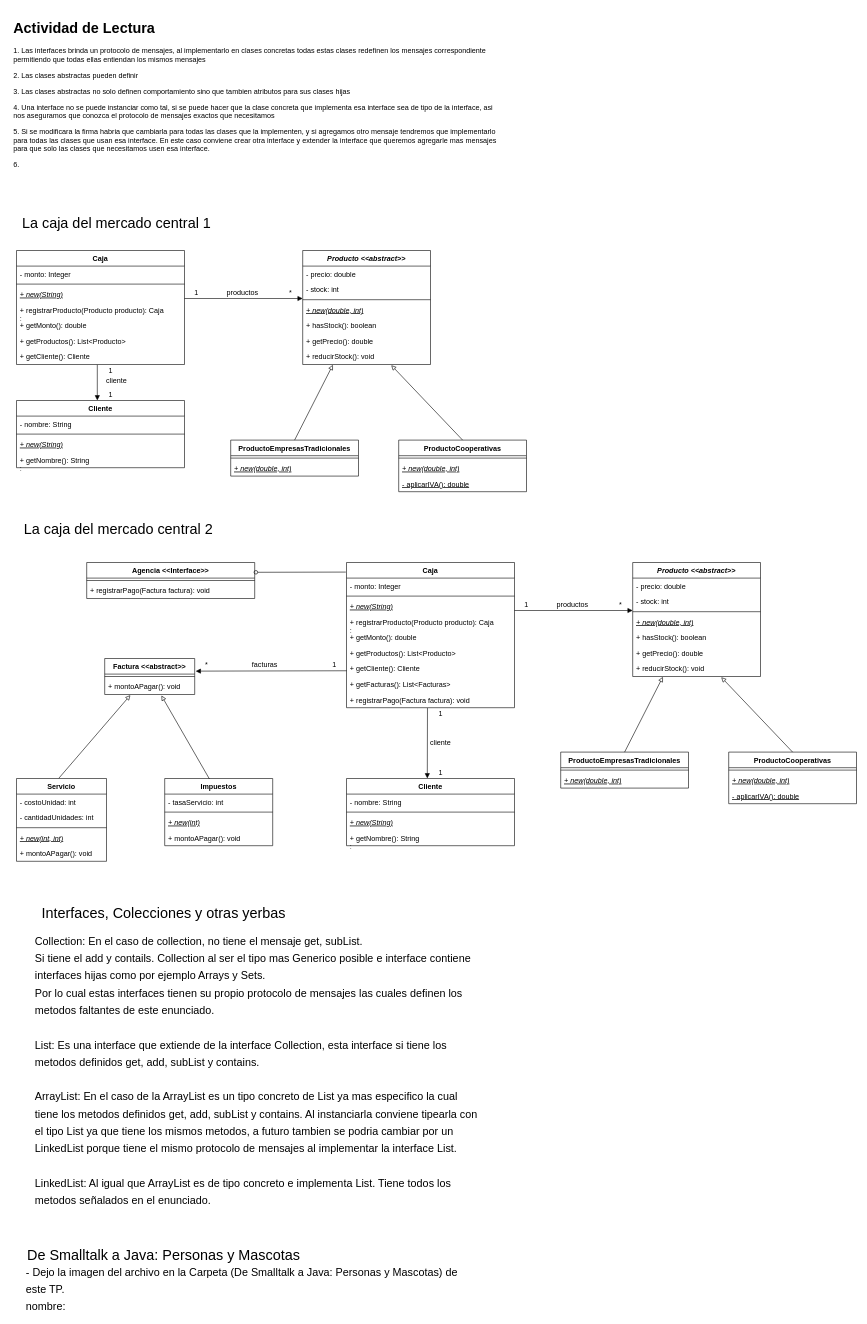
The draw.io diagram TP-Clases-Interfaces/tp-clases-interfaces-UML.drawio in dkippes/Programacion-Orientada-Objetos-2, before the edit. Source tidied: cells renumbered, new cells numbered last; positions are measured from the earlier drawing's top-left corner, leaving out a move shared by most shapes. Both pictures are drawn from the tidied source at 60%, with x=0, y=0 at pixel (10, 16).
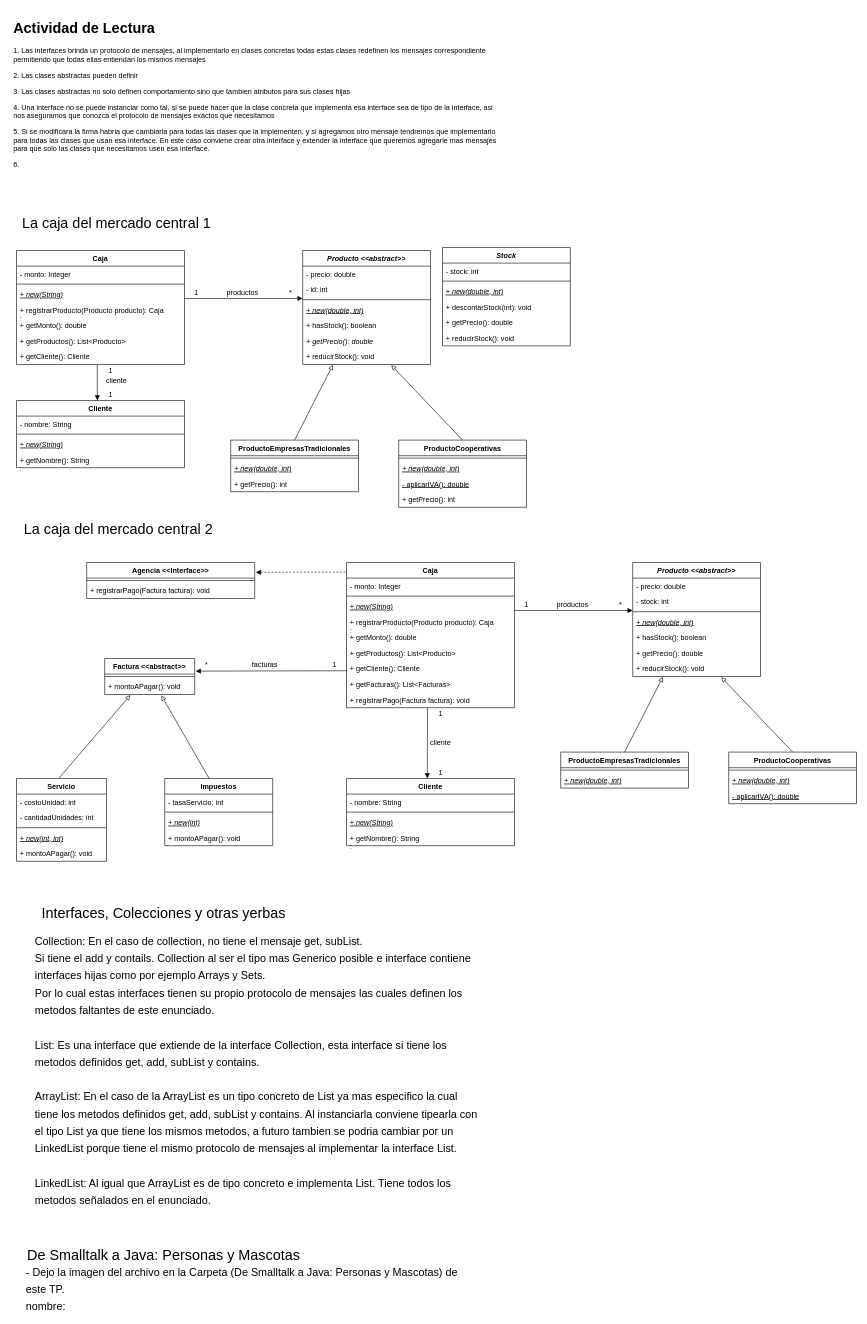
The same page after the edit.

Unchanged cells that the change refers to:
```xml
<mxCell id="4" value="Producto &lt;&lt;abstract&gt;&gt;" style="swimlane;fontStyle=3;align=center;verticalAlign=top;horizontal=1;startSize=26;strokeColor=default;" parent="1" vertex="1">
  <mxGeometry x="487" y="390" width="213" height="190" as="geometry" />
</mxCell>
<mxCell id="50" value="Caja" style="swimlane;fontStyle=1;align=center;verticalAlign=top;horizontal=1;startSize=26;strokeColor=default;" parent="1" vertex="1">
  <mxGeometry x="560" y="910" width="280" height="242" as="geometry" />
</mxCell>
<mxCell id="82" value="Agencia &lt;&lt;Interface&gt;&gt;" style="swimlane;fontStyle=1;align=center;verticalAlign=top;horizontal=1;startSize=26;strokeColor=default;" parent="1" vertex="1">
  <mxGeometry x="127" y="910" width="280" height="60" as="geometry" />
</mxCell>
```

What changed in the source:
```diff
@@
-    <mxCell id="6" value="- stock: int" style="text;strokeColor=none;fillColor=none;align=left;verticalAlign=top;spacingLeft=4;spacingRight=4;overflow=hidden;" parent="4" vertex="1">
-      <mxGeometry y="52" width="213" height="26" as="geometry" />
-    </mxCell>
+    <mxCell id="111" value="- id: int" style="text;strokeColor=none;fillColor=none;align=left;verticalAlign=top;spacingLeft=4;spacingRight=4;overflow=hidden;" parent="4" vertex="1">
+      <mxGeometry y="52" width="213" height="26" as="geometry" />
+    </mxCell>
@@
-    <mxCell id="10" value="+ getPrecio(): double" style="text;strokeColor=none;fillColor=none;align=left;verticalAlign=top;spacingLeft=4;spacingRight=4;overflow=hidden;" parent="4" vertex="1">
+    <mxCell id="10" value="+ getPrecio(): double" style="text;strokeColor=none;fillColor=none;align=left;verticalAlign=top;spacingLeft=4;spacingRight=4;overflow=hidden;fontStyle=2;" parent="4" vertex="1">
       <mxGeometry y="138" width="213" height="26" as="geometry" />
     </mxCell>
@@
     <mxCell id="20" value="ProductoEmpresasTradicionales" style="swimlane;fontStyle=1;align=center;verticalAlign=top;horizontal=1;startSize=26;strokeColor=default;" parent="1" vertex="1">
-      <mxGeometry x="367" y="706" width="213" height="60" as="geometry" />
+      <mxGeometry x="367" y="706" width="213" height="86" as="geometry" />
     </mxCell>
@@
+    <mxCell id="112" value="+ getPrecio(): int" style="text;strokeColor=none;fillColor=none;align=left;verticalAlign=top;spacingLeft=4;spacingRight=4;overflow=hidden;fontStyle=0;" parent="20" vertex="1">
+      <mxGeometry y="60" width="213" height="26" as="geometry" />
+    </mxCell>
     <mxCell id="23" value="ProductoCooperativas" style="swimlane;fontStyle=1;align=center;verticalAlign=top;horizontal=1;startSize=26;strokeColor=default;" parent="1" vertex="1">
-      <mxGeometry x="647" y="706" width="213" height="86" as="geometry" />
+      <mxGeometry x="647" y="706" width="213" height="112" as="geometry" />
     </mxCell>
@@
+    <mxCell id="113" value="+ getPrecio(): int" style="text;strokeColor=none;fillColor=none;align=left;verticalAlign=top;spacingLeft=4;spacingRight=4;overflow=hidden;fontStyle=0;" parent="23" vertex="1">
+      <mxGeometry y="86" width="213" height="26" as="geometry" />
+    </mxCell>
@@
-    <mxCell id="85" style="edgeStyle=none;jettySize=auto;html=1;exitX=1.007;exitY=0.272;exitDx=0;exitDy=0;endArrow=none;endFill=0;rounded=0;entryX=-0.004;entryY=0.066;entryDx=0;entryDy=0;entryPerimeter=0;startArrow=oval;startFill=0;exitPerimeter=0;" parent="1" edge="1" source="82" target="50">
+    <mxCell id="85" style="edgeStyle=none;jettySize=auto;html=1;exitX=1.007;exitY=0.272;exitDx=0;exitDy=0;endArrow=none;endFill=0;rounded=0;entryX=-0.004;entryY=0.066;entryDx=0;entryDy=0;entryPerimeter=0;startArrow=block;startFill=1;exitPerimeter=0;dashed=1;" parent="1" edge="1" source="82" target="50">
       <mxGeometry relative="1" as="geometry" />
     </mxCell>
@@
+    <mxCell id="114" value="Stock" style="swimlane;fontStyle=3;align=center;verticalAlign=top;horizontal=1;startSize=26;strokeColor=default;" parent="1" vertex="1">
+      <mxGeometry x="720" y="385" width="213" height="164" as="geometry" />
+    </mxCell>
+    <mxCell id="6" value="- stock: int" style="text;strokeColor=none;fillColor=none;align=left;verticalAlign=top;spacingLeft=4;spacingRight=4;overflow=hidden;" parent="114" vertex="1">
+      <mxGeometry y="26" width="213" height="26" as="geometry" />
+    </mxCell>
+    <mxCell id="115" style="line;strokeWidth=1;fillColor=none;align=left;verticalAlign=middle;spacingTop=-1;spacingLeft=3;spacingRight=3;labelPosition=right;" parent="114" vertex="1">
+      <mxGeometry y="52" width="213" height="8" as="geometry" />
+    </mxCell>
+    <mxCell id="116" value="+ new(double, int)" style="text;strokeColor=none;fillColor=none;align=left;verticalAlign=top;spacingLeft=4;spacingRight=4;overflow=hidden;fontStyle=6;" parent="114" vertex="1">
+      <mxGeometry y="60" width="213" height="26" as="geometry" />
+    </mxCell>
+    <mxCell id="117" value="+ descontarStock(int): void" style="text;strokeColor=none;fillColor=none;align=left;verticalAlign=top;spacingLeft=4;spacingRight=4;overflow=hidden;" parent="114" vertex="1">
+      <mxGeometry y="86" width="213" height="26" as="geometry" />
+    </mxCell>
+    <mxCell id="118" value="+ getPrecio(): double" style="text;strokeColor=none;fillColor=none;align=left;verticalAlign=top;spacingLeft=4;spacingRight=4;overflow=hidden;" parent="114" vertex="1">
+      <mxGeometry y="112" width="213" height="26" as="geometry" />
+    </mxCell>
+    <mxCell id="119" value="+ reducirStock(): void" style="text;strokeColor=none;fillColor=none;align=left;verticalAlign=top;spacingLeft=4;spacingRight=4;overflow=hidden;" parent="114" vertex="1">
+      <mxGeometry y="138" width="213" height="26" as="geometry" />
+    </mxCell>
```
